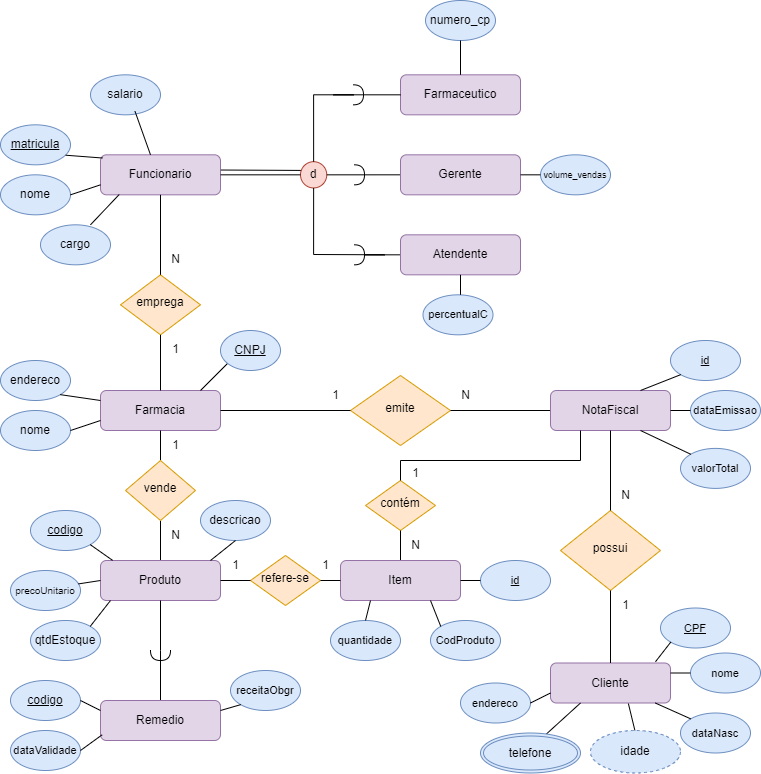
This is Exercicio4_BD.drawio.png from d0pp3lg4nger/diagrams, a draw.io export, as it was before one commit. Source tidied: cells renumbered, new cells last; positions are measured from the earlier drawing's top-left corner, leaving out a move shared by most shapes.
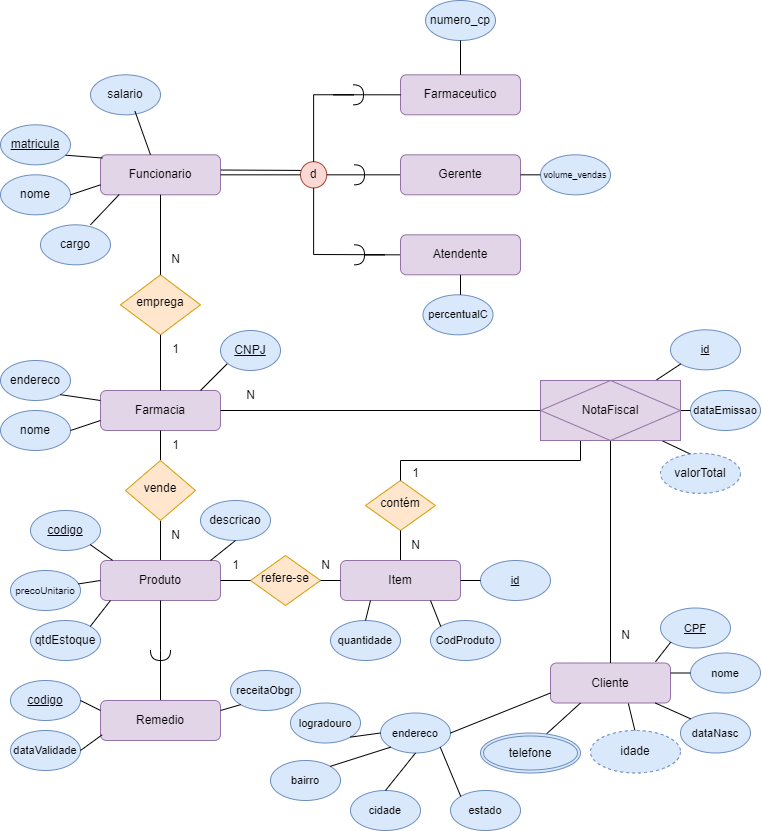
Above is the later version.

What changed in the source:
```diff
@@ -213,47 +213,36 @@
     <mxCell id="62" style="endArrow=none;html=1;rounded=0;exitX=1;exitY=0.25;exitDx=0;exitDy=0;entryX=0;entryY=1;entryDx=0;entryDy=0;" parent="1" edge="1" source="56" target="57">
       <mxGeometry relative="1" as="geometry" />
     </mxCell>
-    <mxCell id="63" value="emite" style="rhombus;whiteSpace=wrap;html=1;shadow=0;fontFamily=Helvetica;fontSize=12;align=center;strokeWidth=1;spacing=6;spacingTop=-4;fillColor=#ffe6cc;strokeColor=#d79b00;" parent="1" vertex="1">
-      <mxGeometry x="350" y="375" width="100" height="70" as="geometry" />
-    </mxCell>
-    <mxCell id="64" style="endArrow=none;html=1;rounded=0;exitX=1;exitY=0.5;exitDx=0;exitDy=0;entryX=0;entryY=0.5;entryDx=0;entryDy=0;" parent="1" edge="1" source="2" target="63">
+    <mxCell id="64" style="endArrow=none;html=1;rounded=0;exitX=1;exitY=0.5;exitDx=0;exitDy=0;entryX=0;entryY=0.5;entryDx=0;entryDy=0;" parent="1" edge="1" source="2" target="66">
       <mxGeometry relative="1" as="geometry" />
     </mxCell>
-    <mxCell id="65" style="endArrow=none;html=1;rounded=0;exitX=1;exitY=0.5;exitDx=0;exitDy=0;entryX=0;entryY=0.5;entryDx=0;entryDy=0;" parent="1" edge="1" source="63" target="66">
-      <mxGeometry relative="1" as="geometry" />
-    </mxCell>
-    <mxCell id="66" value="NotaFiscal" style="rounded=1;whiteSpace=wrap;html=1;fontSize=12;glass=0;strokeWidth=1;shadow=0;fillColor=#e1d5e7;strokeColor=#9673a6;" parent="1" vertex="1">
-      <mxGeometry x="550" y="390" width="120" height="40" as="geometry" />
-    </mxCell>
-    <mxCell id="67" value="&lt;font style=&quot;font-size: 11px;&quot;&gt;valorTotal&lt;/font&gt;" style="ellipse;whiteSpace=wrap;html=1;fillColor=#dae8fc;strokeColor=#6c8ebf;" parent="1" vertex="1">
-      <mxGeometry x="680" y="447.9" width="70" height="40" as="geometry" />
-    </mxCell>
     <mxCell id="68" value="&lt;font style=&quot;font-size: 11px;&quot;&gt;dataEmissao&lt;/font&gt;" style="ellipse;whiteSpace=wrap;html=1;fillColor=#dae8fc;strokeColor=#6c8ebf;" parent="1" vertex="1">
       <mxGeometry x="690" y="390" width="70" height="40" as="geometry" />
     </mxCell>
     <mxCell id="69" value="&lt;font style=&quot;font-size: 11px;&quot;&gt;&lt;u&gt;id&lt;/u&gt;&lt;/font&gt;" style="ellipse;whiteSpace=wrap;html=1;fillColor=#dae8fc;strokeColor=#6c8ebf;" parent="1" vertex="1">
-      <mxGeometry x="670" y="340" width="70" height="40" as="geometry" />
+      <mxGeometry x="670" y="329.3" width="70" height="40" as="geometry" />
     </mxCell>
-    <mxCell id="70" style="endArrow=none;html=1;rounded=0;exitX=0.75;exitY=1;exitDx=0;exitDy=0;entryX=0;entryY=0;entryDx=0;entryDy=0;" parent="1" edge="1" source="66" target="67">
-      <mxGeometry relative="1" as="geometry" />
+    <mxCell id="70" style="endArrow=none;html=1;rounded=0;exitX=0.75;exitY=1;exitDx=0;exitDy=0;entryX=0;entryY=0;entryDx=0;entryDy=0;" parent="1" edge="1">
+      <mxGeometry relative="1" as="geometry">
+        <mxPoint x="640" y="430" as="sourcePoint" />
+        <mxPoint x="690.3" y="453.8" as="targetPoint" />
+      </mxGeometry>
     </mxCell>
-    <mxCell id="71" style="endArrow=none;html=1;rounded=0;exitX=0.75;exitY=0;exitDx=0;exitDy=0;entryX=0;entryY=1;entryDx=0;entryDy=0;" parent="1" edge="1" source="66" target="69">
-      <mxGeometry relative="1" as="geometry" />
+    <mxCell id="71" style="endArrow=none;html=1;rounded=0;exitX=0.75;exitY=0;exitDx=0;exitDy=0;entryX=0;entryY=1;entryDx=0;entryDy=0;" parent="1" edge="1" target="69">
+      <mxGeometry relative="1" as="geometry">
+        <mxPoint x="640" y="390" as="sourcePoint" />
+      </mxGeometry>
     </mxCell>
-    <mxCell id="72" style="endArrow=none;html=1;rounded=0;exitX=1;exitY=0.5;exitDx=0;exitDy=0;entryX=0;entryY=0.5;entryDx=0;entryDy=0;" parent="1" edge="1" source="66" target="68">
-      <mxGeometry relative="1" as="geometry" />
+    <mxCell id="72" style="endArrow=none;html=1;rounded=0;exitX=1;exitY=0.5;exitDx=0;exitDy=0;entryX=0;entryY=0.5;entryDx=0;entryDy=0;" parent="1" edge="1" target="68">
+      <mxGeometry relative="1" as="geometry">
+        <mxPoint x="670" y="410" as="sourcePoint" />
+      </mxGeometry>
     </mxCell>
-    <mxCell id="73" value="possui" style="rhombus;whiteSpace=wrap;html=1;shadow=0;fontFamily=Helvetica;fontSize=12;align=center;strokeWidth=1;spacing=6;spacingTop=-4;fillColor=#ffe6cc;strokeColor=#d79b00;" parent="1" vertex="1">
-      <mxGeometry x="560" y="510" width="100" height="80" as="geometry" />
-    </mxCell>
-    <mxCell id="74" style="endArrow=none;html=1;rounded=0;entryX=0.5;entryY=1;entryDx=0;entryDy=0;exitX=0.5;exitY=0;exitDx=0;exitDy=0;" parent="1" edge="1" source="73" target="66">
-      <mxGeometry relative="1" as="geometry" />
-    </mxCell>
     <mxCell id="75" value="Cliente" style="rounded=1;whiteSpace=wrap;html=1;fontSize=12;glass=0;strokeWidth=1;shadow=0;fillColor=#e1d5e7;strokeColor=#9673a6;" parent="1" vertex="1">
       <mxGeometry x="550" y="662.5" width="120" height="40" as="geometry" />
     </mxCell>
     <mxCell id="76" value="&lt;font style=&quot;font-size: 11px;&quot;&gt;endereco&lt;/font&gt;" style="ellipse;whiteSpace=wrap;html=1;fillColor=#dae8fc;strokeColor=#6c8ebf;" parent="1" vertex="1">
-      <mxGeometry x="460" y="682.5" width="70" height="40" as="geometry" />
+      <mxGeometry x="380" y="712.5" width="70" height="40" as="geometry" />
     </mxCell>
     <mxCell id="77" value="&lt;font style=&quot;font-size: 11px;&quot;&gt;dataNasc&lt;/font&gt;" style="ellipse;whiteSpace=wrap;html=1;fillColor=#dae8fc;strokeColor=#6c8ebf;" parent="1" vertex="1">
       <mxGeometry x="680" y="712.5" width="70" height="40" as="geometry" />
@@ -328,9 +317,10 @@
     <mxCell id="98" style="endArrow=none;html=1;rounded=0;exitX=1;exitY=0.5;exitDx=0;exitDy=0;entryX=0;entryY=0.5;entryDx=0;entryDy=0;" parent="1" edge="1" source="42" target="96">
       <mxGeometry relative="1" as="geometry" />
     </mxCell>
-    <mxCell id="99" style="endArrow=none;html=1;rounded=0;entryX=0.25;entryY=1;entryDx=0;entryDy=0;" parent="1" edge="1" target="66">
+    <mxCell id="99" style="endArrow=none;html=1;rounded=0;entryX=0.25;entryY=1;entryDx=0;entryDy=0;" parent="1" edge="1">
       <mxGeometry relative="1" as="geometry">
         <mxPoint x="580" y="460" as="sourcePoint" />
+        <mxPoint x="580" y="430" as="targetPoint" />
       </mxGeometry>
     </mxCell>
     <mxCell id="100" style="endArrow=none;html=1;rounded=0;exitX=0.5;exitY=0;exitDx=0;exitDy=0;" parent="1" edge="1" source="87">
@@ -338,7 +328,7 @@
         <mxPoint x="400" y="460" as="targetPoint" />
       </mxGeometry>
     </mxCell>
-    <mxCell id="101" style="endArrow=none;html=1;rounded=0;entryX=0.5;entryY=1;entryDx=0;entryDy=0;exitX=0.5;exitY=0;exitDx=0;exitDy=0;" parent="1" edge="1" source="75" target="73">
+    <mxCell id="101" style="endArrow=none;html=1;rounded=0;entryX=0.5;entryY=1;entryDx=0;entryDy=0;exitX=0.5;exitY=0;exitDx=0;exitDy=0;" parent="1" edge="1" source="75" target="66">
       <mxGeometry relative="1" as="geometry" />
     </mxCell>
     <mxCell id="102" value="1" style="text;html=1;align=center;verticalAlign=middle;strokeColor=none;fillColor=none;" parent="1" vertex="1">
@@ -353,25 +343,19 @@
     <mxCell id="105" value="N" style="text;html=1;align=center;verticalAlign=middle;strokeColor=none;fillColor=none;" parent="1" vertex="1">
       <mxGeometry x="160" y="520" width="30" height="30" as="geometry" />
     </mxCell>
-    <mxCell id="106" value="1" style="text;html=1;align=center;verticalAlign=middle;strokeColor=none;fillColor=none;" parent="1" vertex="1">
-      <mxGeometry x="320" y="380" width="30" height="30" as="geometry" />
+    <mxCell id="106" value="N" style="text;html=1;align=center;verticalAlign=middle;strokeColor=none;fillColor=none;" parent="1" vertex="1">
+      <mxGeometry x="235" y="380" width="30" height="30" as="geometry" />
     </mxCell>
-    <mxCell id="107" value="N" style="text;html=1;align=center;verticalAlign=middle;strokeColor=none;fillColor=none;" parent="1" vertex="1">
-      <mxGeometry x="450" y="380" width="30" height="30" as="geometry" />
-    </mxCell>
-    <mxCell id="108" value="1" style="text;html=1;align=center;verticalAlign=middle;strokeColor=none;fillColor=none;" parent="1" vertex="1">
-      <mxGeometry x="610" y="590" width="30" height="30" as="geometry" />
+    <mxCell id="108" value="N" style="text;html=1;align=center;verticalAlign=middle;strokeColor=none;fillColor=none;" parent="1" vertex="1">
+      <mxGeometry x="610" y="620" width="30" height="30" as="geometry" />
     </mxCell>
-    <mxCell id="109" value="N" style="text;html=1;align=center;verticalAlign=middle;strokeColor=none;fillColor=none;" parent="1" vertex="1">
-      <mxGeometry x="610" y="480" width="30" height="30" as="geometry" />
-    </mxCell>
     <mxCell id="110" value="1" style="text;html=1;align=center;verticalAlign=middle;strokeColor=none;fillColor=none;" parent="1" vertex="1">
       <mxGeometry x="400" y="457.9" width="30" height="30" as="geometry" />
     </mxCell>
     <mxCell id="111" value="N" style="text;html=1;align=center;verticalAlign=middle;strokeColor=none;fillColor=none;" parent="1" vertex="1">
       <mxGeometry x="400" y="530" width="30" height="30" as="geometry" />
     </mxCell>
-    <mxCell id="112" value="1" style="text;html=1;align=center;verticalAlign=middle;strokeColor=none;fillColor=none;" parent="1" vertex="1">
+    <mxCell id="112" value="N" style="text;html=1;align=center;verticalAlign=middle;strokeColor=none;fillColor=none;" parent="1" vertex="1">
       <mxGeometry x="310" y="550" width="30" height="30" as="geometry" />
     </mxCell>
     <mxCell id="113" value="1" style="text;html=1;align=center;verticalAlign=middle;strokeColor=none;fillColor=none;" parent="1" vertex="1">
@@ -383,5 +367,35 @@
     <mxCell id="115" value="idade" style="ellipse;whiteSpace=wrap;html=1;align=center;dashed=1;fillColor=#dae8fc;strokeColor=#6c8ebf;" parent="1" vertex="1">
       <mxGeometry x="590" y="730" width="90" height="42.5" as="geometry" />
     </mxCell>
+    <mxCell id="66" value="NotaFiscal" style="shape=associativeEntity;whiteSpace=wrap;html=1;align=center;fillColor=#e1d5e7;strokeColor=#9673a6;" parent="1" vertex="1">
+      <mxGeometry x="540" y="380" width="140" height="60" as="geometry" />
+    </mxCell>
+    <mxCell id="67" value="valorTotal" style="ellipse;whiteSpace=wrap;html=1;align=center;dashed=1;fillColor=#dae8fc;strokeColor=#6c8ebf;" parent="1" vertex="1">
+      <mxGeometry x="660" y="452.9" width="80" height="40" as="geometry" />
+    </mxCell>
+    <mxCell id="116" value="&lt;font style=&quot;font-size: 11px;&quot;&gt;cidade&lt;/font&gt;" style="ellipse;whiteSpace=wrap;html=1;fillColor=#dae8fc;strokeColor=#6c8ebf;" parent="1" vertex="1">
+      <mxGeometry x="350" y="790" width="70" height="40" as="geometry" />
+    </mxCell>
+    <mxCell id="117" value="&lt;font style=&quot;font-size: 11px;&quot;&gt;logradouro&lt;/font&gt;" style="ellipse;whiteSpace=wrap;html=1;fillColor=#dae8fc;strokeColor=#6c8ebf;" parent="1" vertex="1">
+      <mxGeometry x="290" y="702.5" width="70" height="40" as="geometry" />
+    </mxCell>
+    <mxCell id="118" value="&lt;font style=&quot;font-size: 11px;&quot;&gt;estado&lt;/font&gt;" style="ellipse;whiteSpace=wrap;html=1;fillColor=#dae8fc;strokeColor=#6c8ebf;" parent="1" vertex="1">
+      <mxGeometry x="450" y="790" width="70" height="40" as="geometry" />
+    </mxCell>
+    <mxCell id="119" value="&lt;font style=&quot;font-size: 11px;&quot;&gt;bairro&lt;/font&gt;" style="ellipse;whiteSpace=wrap;html=1;fillColor=#dae8fc;strokeColor=#6c8ebf;" parent="1" vertex="1">
+      <mxGeometry x="270" y="760" width="70" height="40" as="geometry" />
+    </mxCell>
+    <mxCell id="120" style="endArrow=none;html=1;rounded=0;entryX=0;entryY=0.5;entryDx=0;entryDy=0;exitX=1;exitY=1;exitDx=0;exitDy=0;" parent="1" edge="1" source="117" target="76">
+      <mxGeometry relative="1" as="geometry" />
+    </mxCell>
+    <mxCell id="121" style="endArrow=none;html=1;rounded=0;entryX=0;entryY=1;entryDx=0;entryDy=0;exitX=1;exitY=0;exitDx=0;exitDy=0;" parent="1" edge="1" source="119" target="76">
+      <mxGeometry relative="1" as="geometry" />
+    </mxCell>
+    <mxCell id="122" style="endArrow=none;html=1;rounded=0;entryX=0.5;entryY=1;entryDx=0;entryDy=0;exitX=0.5;exitY=0;exitDx=0;exitDy=0;" parent="1" edge="1" source="116" target="76">
+      <mxGeometry relative="1" as="geometry" />
+    </mxCell>
+    <mxCell id="123" style="endArrow=none;html=1;rounded=0;entryX=1;entryY=1;entryDx=0;entryDy=0;exitX=0;exitY=0;exitDx=0;exitDy=0;" parent="1" edge="1" source="118" target="76">
+      <mxGeometry relative="1" as="geometry" />
+    </mxCell>
   </root>
 </mxGraphModel>
```
